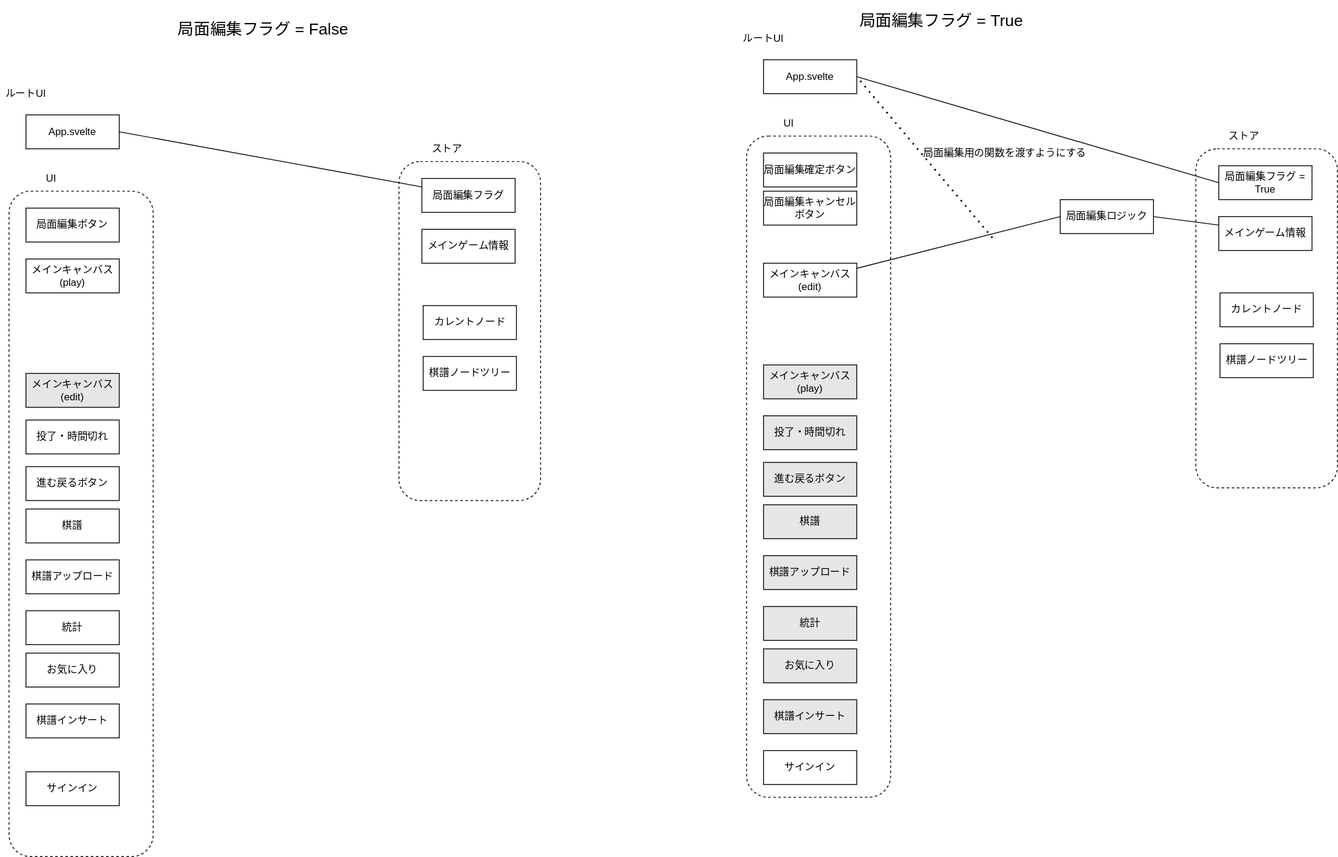
Above: docs/flow.drawio.svg in hashiryo/SvelteShogi (draw.io), before the change. Source tidied: cells renumbered, new cells last; positions are measured from the earlier drawing's top-left corner, leaving out a move shared by most shapes.
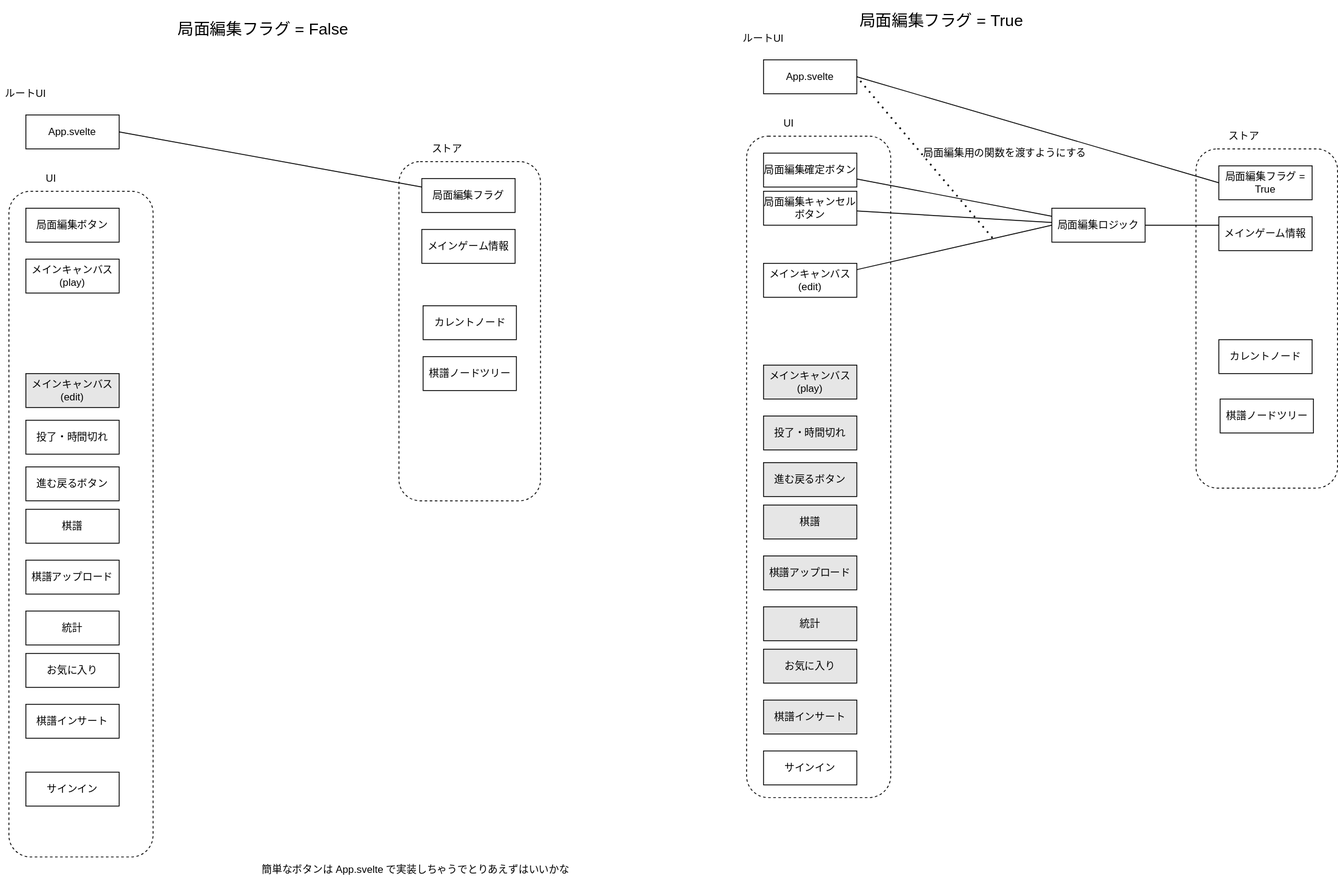
After the change.

Commit message:
feat: Update flow diagram and implement MainCanvasPlay and MainCanvasEdit components

Diff of the diagram source:
```diff
@@ -105,10 +105,10 @@
       <mxGeometry x="1437" y="255" width="110" height="40" as="geometry" />
     </mxCell>
     <mxCell id="36" value="棋譜ノードツリー" style="rounded=0;whiteSpace=wrap;html=1;fillColor=#FFFFFF;" parent="1" vertex="1">
-      <mxGeometry x="1438.5" y="405" width="110" height="40" as="geometry" />
+      <mxGeometry x="1438.5" y="470" width="110" height="40" as="geometry" />
     </mxCell>
     <mxCell id="37" value="カレントノード" style="rounded=0;whiteSpace=wrap;html=1;fillColor=#FFFFFF;" parent="1" vertex="1">
-      <mxGeometry x="1438.5" y="345" width="110" height="40" as="geometry" />
+      <mxGeometry x="1437" y="400" width="110" height="40" as="geometry" />
     </mxCell>
     <mxCell id="38" value="局面編集フラグ = True" style="rounded=0;whiteSpace=wrap;html=1;" parent="1" vertex="1">
       <mxGeometry x="1437" y="195" width="110" height="40" as="geometry" />
@@ -129,7 +129,7 @@
       <mxGeometry x="900" y="225" width="110" height="40" as="geometry" />
     </mxCell>
     <mxCell id="44" value="局面編集ロジック" style="rounded=0;whiteSpace=wrap;html=1;" parent="1" vertex="1">
-      <mxGeometry x="1250" y="235" width="110" height="40" as="geometry" />
+      <mxGeometry x="1240" y="245" width="110" height="40" as="geometry" />
     </mxCell>
     <mxCell id="45" style="endArrow=none;html=1;entryX=0;entryY=0.25;entryDx=0;entryDy=0;exitX=1;exitY=0.5;exitDx=0;exitDy=0;" parent="1" edge="1" source="44" target="35">
       <mxGeometry relative="1" as="geometry" />
@@ -160,5 +160,14 @@
     <mxCell id="53" value="メインキャンバス&lt;div&gt;(edit)&lt;/div&gt;" style="rounded=0;whiteSpace=wrap;html=1;fillColor=#E6E6E6;" parent="1" vertex="1">
       <mxGeometry x="30" y="440" width="110" height="40" as="geometry" />
     </mxCell>
+    <mxCell id="54" style="endArrow=none;html=1;" parent="1" edge="1" source="39" target="44">
+      <mxGeometry relative="1" as="geometry" />
+    </mxCell>
+    <mxCell id="55" style="endArrow=none;html=1;" parent="1" edge="1" source="43" target="44">
+      <mxGeometry relative="1" as="geometry" />
+    </mxCell>
+    <mxCell id="56" value="簡単なボタンは App.svelte で実装しちゃうでとりあえずはいいかな" style="text;html=1;align=center;verticalAlign=middle;whiteSpace=wrap;rounded=0;" parent="1" vertex="1">
+      <mxGeometry x="270" y="1010" width="440" height="30" as="geometry" />
+    </mxCell>
   </root>
 </mxGraphModel>
```
